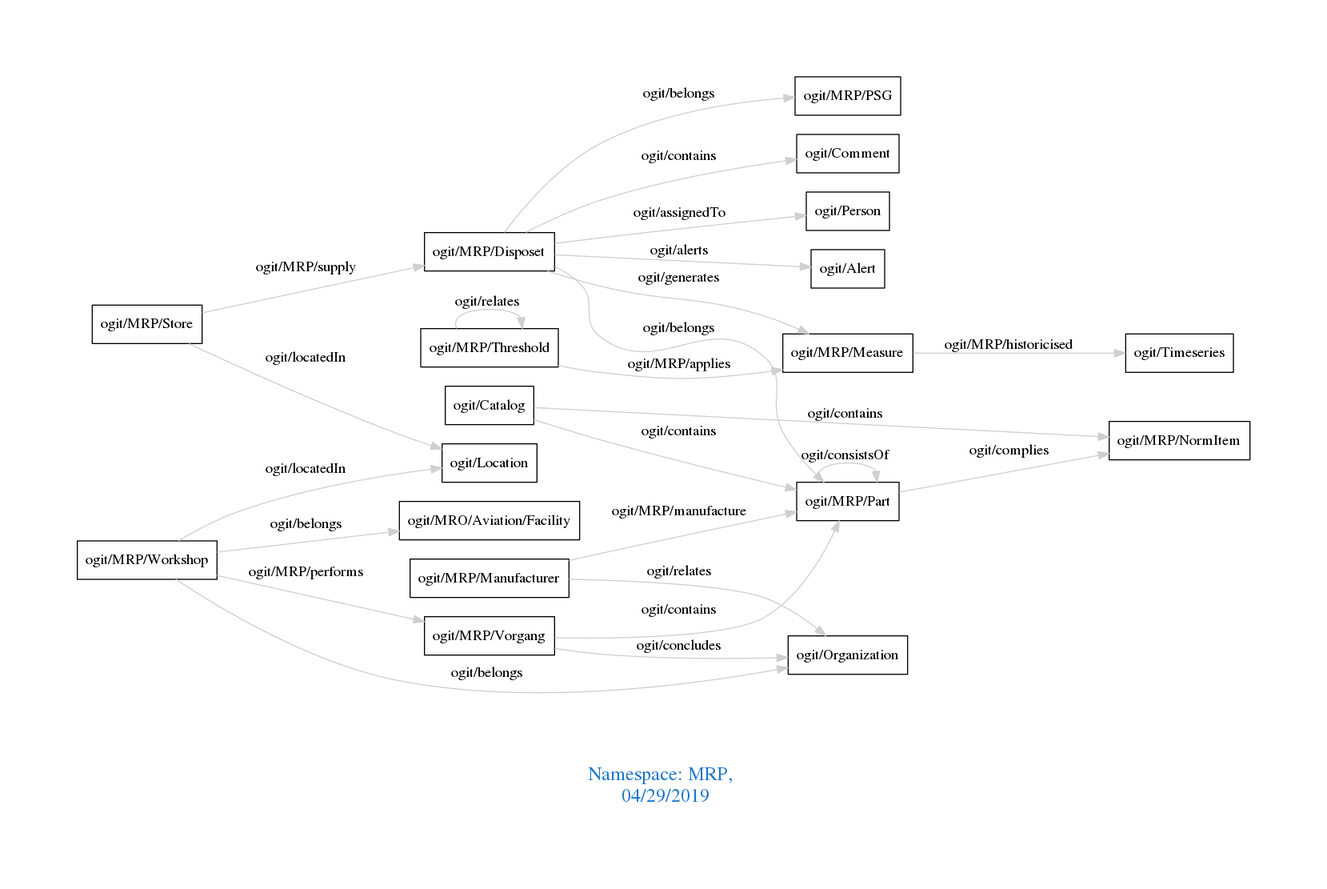
The Graphviz diagram downloads/MRP.png in arago/OGIT, before a commit. Its source is kept beside it as downloads/MRP.dot.
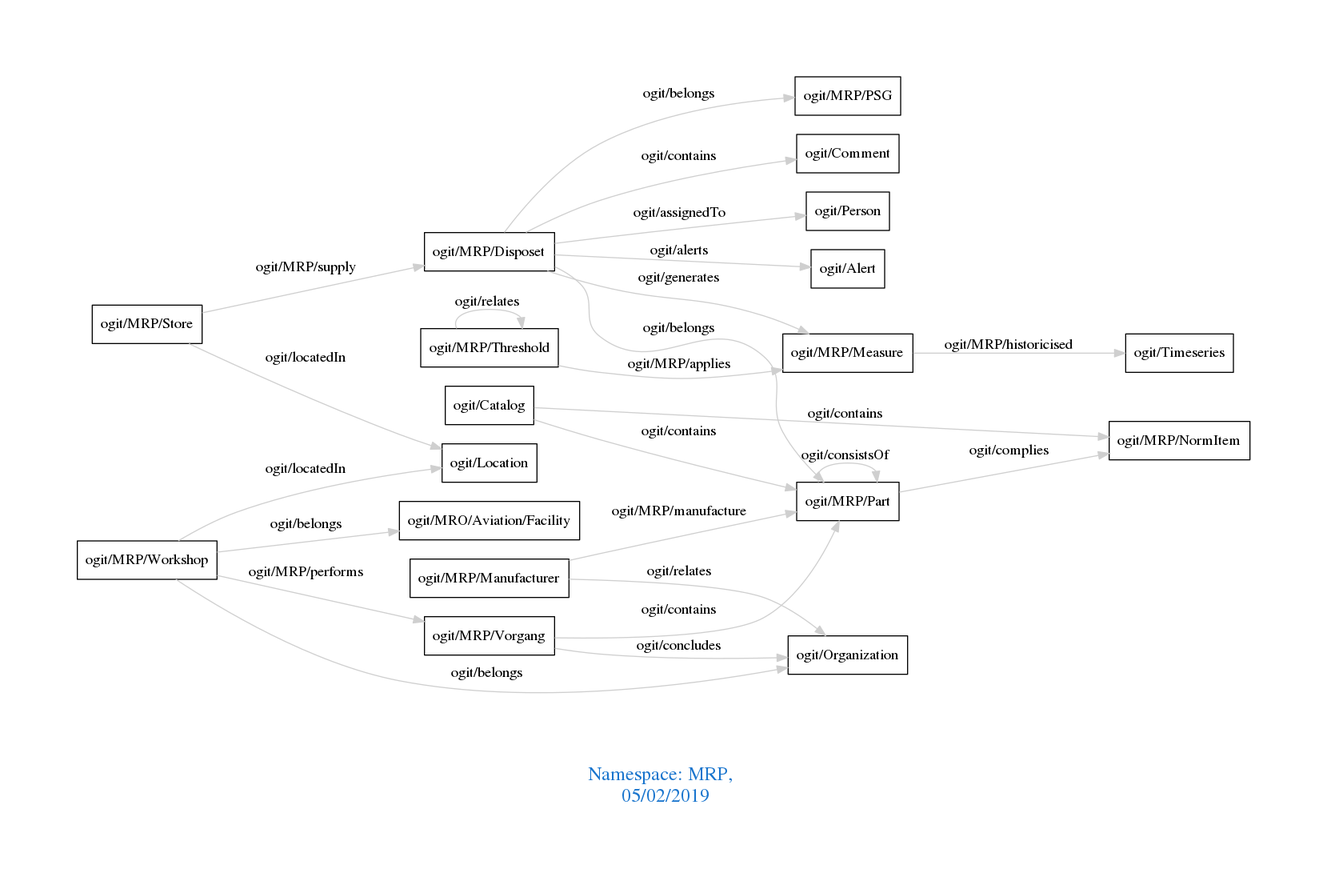
The same file after the commit.

The edit, as a diff of the source:
```diff
@@ -1,7 +1,7 @@
 digraph OGIT_ontology {
  graph [ rankdir= LR,pad=1
 fontsize = 18,
-fontcolor= dodgerblue3,label = "\n\n\nNamespace: MRP, \n 04/29/2019"];
+fontcolor= dodgerblue3,label = "\n\n\nNamespace: MRP, \n 05/02/2019"];
 node[shape=polygon];
 edge [  color="gray81"];
 
```
